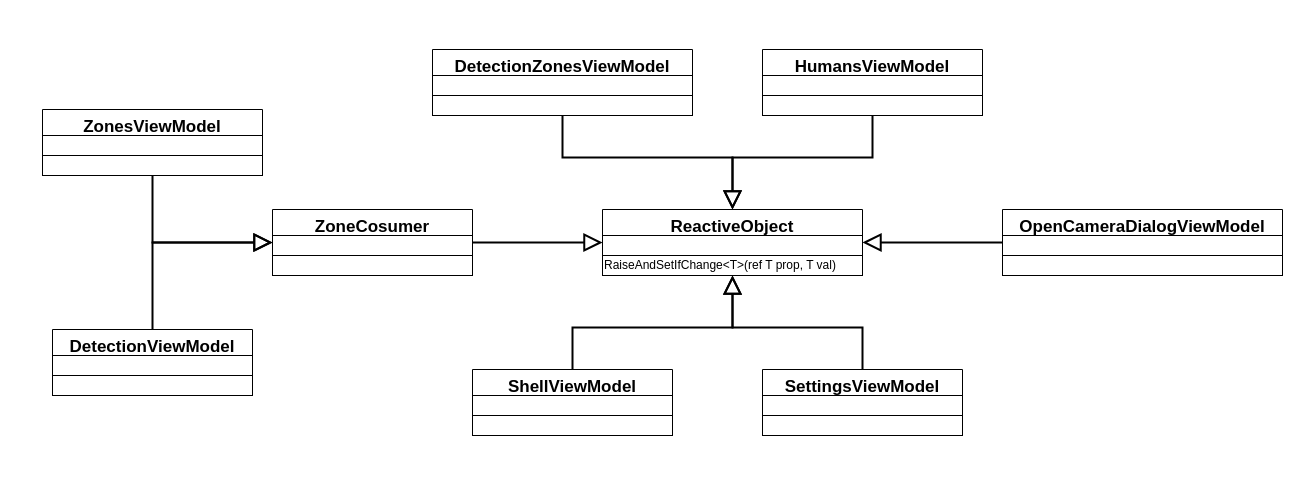
Earlier version of the draw.io diagram page "ViewModels" (2 of 11) of Engineering/Packets-detailed.drawio (GoldGreen/Skeletonization). Source tidied: cells renumbered, new cells numbered last; positions are measured from the earlier drawing's top-left corner, leaving out a move shared by most shapes. Both pictures are drawn from the tidied source at 100%, with x=0, y=0 at pixel (42, 49).
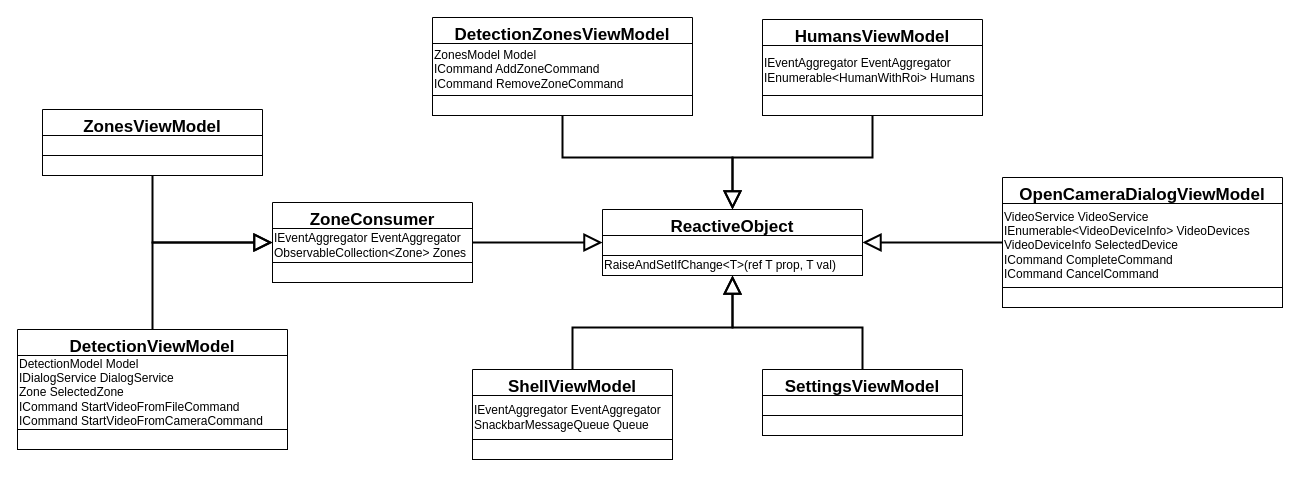
The same diagram, later.

What changed in the source:
```diff
@@
     <mxCell id="4" value="ShellViewModel" style="swimlane;fontStyle=1;align=center;verticalAlign=top;horizontal=1;startSize=26;fontSize=17;" parent="1" vertex="1">
-      <mxGeometry x="430" y="320" width="200" height="66" as="geometry" />
+      <mxGeometry x="430" y="320" width="200" height="90" as="geometry" />
     </mxCell>
-    <mxCell id="5" style="rounded=0;whiteSpace=wrap;html=1;fontFamily=Helvetica;fontSize=12;fontColor=default;startSize=26;strokeColor=default;fillColor=default;align=left;" parent="4" vertex="1">
-      <mxGeometry y="26" width="200" height="20" as="geometry" />
+    <mxCell id="5" value="IEventAggregator EventAggregator&lt;br&gt;SnackbarMessageQueue Queue" style="rounded=0;whiteSpace=wrap;html=1;fontFamily=Helvetica;fontSize=12;fontColor=default;startSize=26;strokeColor=default;fillColor=default;align=left;" parent="4" vertex="1">
+      <mxGeometry y="26" width="200" height="44" as="geometry" />
     </mxCell>
     <mxCell id="6" style="rounded=0;whiteSpace=wrap;html=1;fontFamily=Helvetica;fontSize=12;fontColor=default;startSize=26;strokeColor=default;fillColor=default;align=left;" parent="4" vertex="1">
-      <mxGeometry y="46" width="200" height="20" as="geometry" />
+      <mxGeometry y="70" width="200" height="20" as="geometry" />
     </mxCell>
@@
-    <mxCell id="8" value="ZoneCosumer" style="swimlane;fontStyle=1;align=center;verticalAlign=top;horizontal=1;startSize=26;fontSize=17;" parent="1" vertex="1">
-      <mxGeometry x="230" y="160" width="200" height="66" as="geometry" />
+    <mxCell id="8" value="ZoneConsumer" style="swimlane;fontStyle=1;align=center;verticalAlign=top;horizontal=1;startSize=26;fontSize=17;" parent="1" vertex="1">
+      <mxGeometry x="230" y="153" width="200" height="80" as="geometry" />
     </mxCell>
-    <mxCell id="9" style="rounded=0;whiteSpace=wrap;html=1;fontFamily=Helvetica;fontSize=12;fontColor=default;startSize=26;strokeColor=default;fillColor=default;align=left;" parent="8" vertex="1">
-      <mxGeometry y="26" width="200" height="20" as="geometry" />
+    <mxCell id="9" value="IEventAggregator EventAggregator&lt;br&gt;ObservableCollection&amp;lt;Zone&amp;gt; Zones" style="rounded=0;whiteSpace=wrap;html=1;fontFamily=Helvetica;fontSize=12;fontColor=default;startSize=26;strokeColor=default;fillColor=default;align=left;" parent="8" vertex="1">
+      <mxGeometry y="26" width="200" height="34" as="geometry" />
     </mxCell>
     <mxCell id="10" style="rounded=0;whiteSpace=wrap;html=1;fontFamily=Helvetica;fontSize=12;fontColor=default;startSize=26;strokeColor=default;fillColor=default;align=left;" parent="8" vertex="1">
-      <mxGeometry y="46" width="200" height="20" as="geometry" />
+      <mxGeometry y="60" width="200" height="20" as="geometry" />
     </mxCell>
@@
     <mxCell id="16" value="DetectionZonesViewModel" style="swimlane;fontStyle=1;align=center;verticalAlign=top;horizontal=1;startSize=26;fontSize=17;" parent="1" vertex="1">
-      <mxGeometry x="390" width="260" height="66" as="geometry" />
+      <mxGeometry x="390" y="-32" width="260" height="98" as="geometry" />
     </mxCell>
-    <mxCell id="17" style="rounded=0;whiteSpace=wrap;html=1;fontFamily=Helvetica;fontSize=12;fontColor=default;startSize=26;strokeColor=default;fillColor=default;align=left;" parent="16" vertex="1">
-      <mxGeometry y="26" width="260" height="20" as="geometry" />
+    <mxCell id="17" value="ZonesModel Model&lt;br&gt;ICommand AddZoneCommand&lt;br&gt;ICommand RemoveZoneCommand" style="rounded=0;whiteSpace=wrap;html=1;fontFamily=Helvetica;fontSize=12;fontColor=default;startSize=26;strokeColor=default;fillColor=default;align=left;" parent="16" vertex="1">
+      <mxGeometry y="26" width="260" height="52" as="geometry" />
     </mxCell>
     <mxCell id="18" style="rounded=0;whiteSpace=wrap;html=1;fontFamily=Helvetica;fontSize=12;fontColor=default;startSize=26;strokeColor=default;fillColor=default;align=left;" parent="16" vertex="1">
-      <mxGeometry y="46" width="260" height="20" as="geometry" />
+      <mxGeometry y="78" width="260" height="20" as="geometry" />
     </mxCell>
@@
     <mxCell id="20" value="OpenCameraDialogViewModel" style="swimlane;fontStyle=1;align=center;verticalAlign=top;horizontal=1;startSize=26;fontSize=17;" parent="1" vertex="1">
-      <mxGeometry x="960" y="160" width="280" height="66" as="geometry" />
+      <mxGeometry x="960" y="128" width="280" height="130" as="geometry" />
     </mxCell>
-    <mxCell id="21" style="rounded=0;whiteSpace=wrap;html=1;fontFamily=Helvetica;fontSize=12;fontColor=default;startSize=26;strokeColor=default;fillColor=default;align=left;" parent="20" vertex="1">
-      <mxGeometry y="26" width="280" height="20" as="geometry" />
+    <mxCell id="21" value="VideoService VideoService&lt;br&gt;IEnumerable&amp;lt;VideoDeviceInfo&amp;gt; VideoDevices&lt;br&gt;VideoDeviceInfo SelectedDevice&lt;br&gt;ICommand CompleteCommand&lt;br&gt;ICommand CancelCommand" style="rounded=0;whiteSpace=wrap;html=1;fontFamily=Helvetica;fontSize=12;fontColor=default;startSize=26;strokeColor=default;fillColor=default;align=left;" parent="20" vertex="1">
+      <mxGeometry y="26" width="280" height="84" as="geometry" />
     </mxCell>
     <mxCell id="22" style="rounded=0;whiteSpace=wrap;html=1;fontFamily=Helvetica;fontSize=12;fontColor=default;startSize=26;strokeColor=default;fillColor=default;align=left;" parent="20" vertex="1">
-      <mxGeometry y="46" width="280" height="20" as="geometry" />
+      <mxGeometry y="110" width="280" height="20" as="geometry" />
     </mxCell>
@@
     <mxCell id="25" value="DetectionViewModel" style="swimlane;fontStyle=1;align=center;verticalAlign=top;horizontal=1;startSize=26;fontSize=17;" parent="1" vertex="1">
-      <mxGeometry x="10" y="280" width="200" height="66" as="geometry" />
+      <mxGeometry x="-25" y="280" width="270" height="120" as="geometry" />
     </mxCell>
-    <mxCell id="26" style="rounded=0;whiteSpace=wrap;html=1;fontFamily=Helvetica;fontSize=12;fontColor=default;startSize=26;strokeColor=default;fillColor=default;align=left;" parent="25" vertex="1">
-      <mxGeometry y="26" width="200" height="20" as="geometry" />
+    <mxCell id="26" value="DetectionModel Model&lt;br&gt;IDialogService DialogService&lt;br&gt;Zone SelectedZone&lt;br&gt;ICommand StartVideoFromFileCommand&lt;br&gt;ICommand StartVideoFromCameraCommand&amp;nbsp;" style="rounded=0;whiteSpace=wrap;html=1;fontFamily=Helvetica;fontSize=12;fontColor=default;startSize=26;strokeColor=default;fillColor=default;align=left;" parent="25" vertex="1">
+      <mxGeometry y="26" width="270" height="74" as="geometry" />
     </mxCell>
     <mxCell id="27" style="rounded=0;whiteSpace=wrap;html=1;fontFamily=Helvetica;fontSize=12;fontColor=default;startSize=26;strokeColor=default;fillColor=default;align=left;" parent="25" vertex="1">
-      <mxGeometry y="46" width="200" height="20" as="geometry" />
+      <mxGeometry y="100" width="270" height="20" as="geometry" />
     </mxCell>
@@
     <mxCell id="35" value="HumansViewModel" style="swimlane;fontStyle=1;align=center;verticalAlign=top;horizontal=1;startSize=26;fontSize=17;" parent="1" vertex="1">
-      <mxGeometry x="720" width="220" height="66" as="geometry" />
+      <mxGeometry x="720" y="-30" width="220" height="96" as="geometry" />
     </mxCell>
-    <mxCell id="36" style="rounded=0;whiteSpace=wrap;html=1;fontFamily=Helvetica;fontSize=12;fontColor=default;startSize=26;strokeColor=default;fillColor=default;align=left;" parent="35" vertex="1">
-      <mxGeometry y="26" width="220" height="20" as="geometry" />
+    <mxCell id="36" value="IEventAggregator EventAggregator&lt;br&gt;IEnumerable&amp;lt;HumanWithRoi&amp;gt; Humans" style="rounded=0;whiteSpace=wrap;html=1;fontFamily=Helvetica;fontSize=12;fontColor=default;startSize=26;strokeColor=default;fillColor=default;align=left;" parent="35" vertex="1">
+      <mxGeometry y="26" width="220" height="50" as="geometry" />
     </mxCell>
     <mxCell id="37" style="rounded=0;whiteSpace=wrap;html=1;fontFamily=Helvetica;fontSize=12;fontColor=default;startSize=26;strokeColor=default;fillColor=default;align=left;" parent="35" vertex="1">
-      <mxGeometry y="46" width="220" height="20" as="geometry" />
+      <mxGeometry y="76" width="220" height="20" as="geometry" />
     </mxCell>
```
